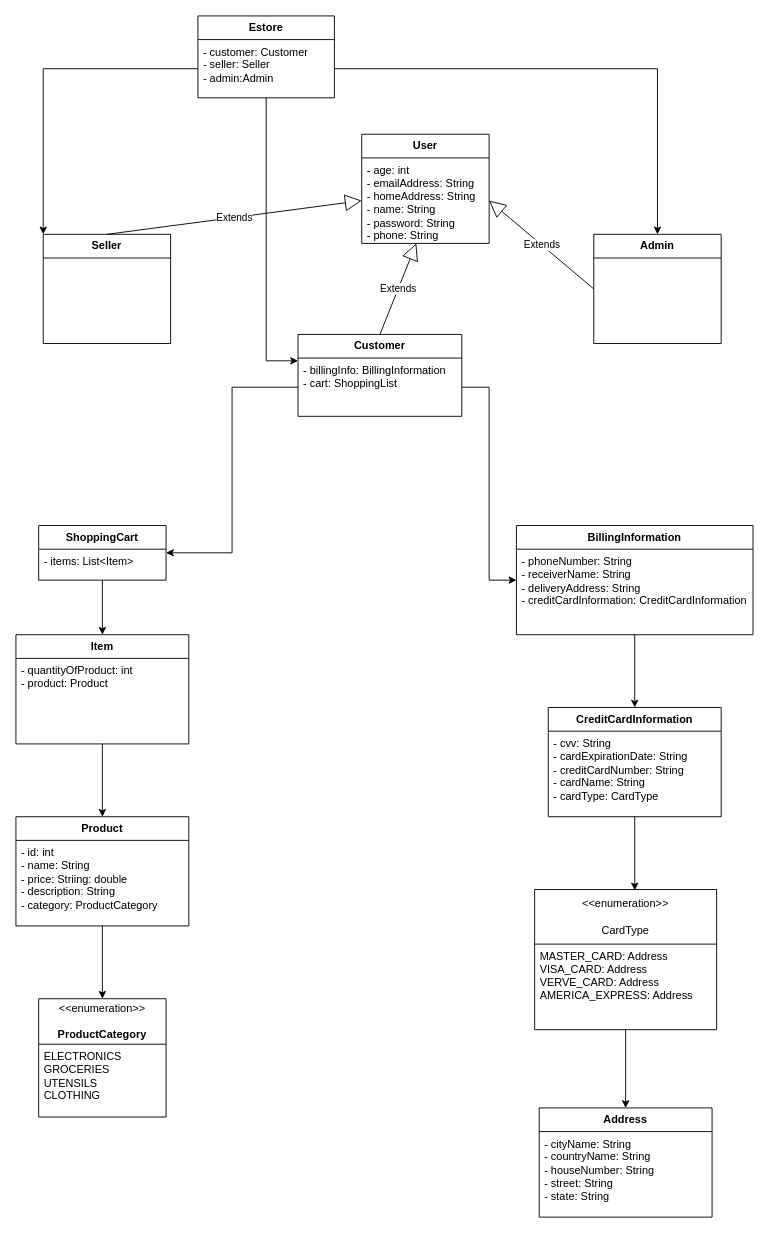
Above: Chibuzo's Snacks/oopEstore/UML Diagram/Estore UML.drawio in Orisakwe-Nwokocha/SemicolonJava (draw.io), before the change. Source tidied: cells renumbered, new cells numbered last; positions are measured from the earlier drawing's top-left corner, leaving out a move shared by most shapes. Both pictures are drawn from the tidied source at 91%, with x=0, y=0 at pixel (15, 15).
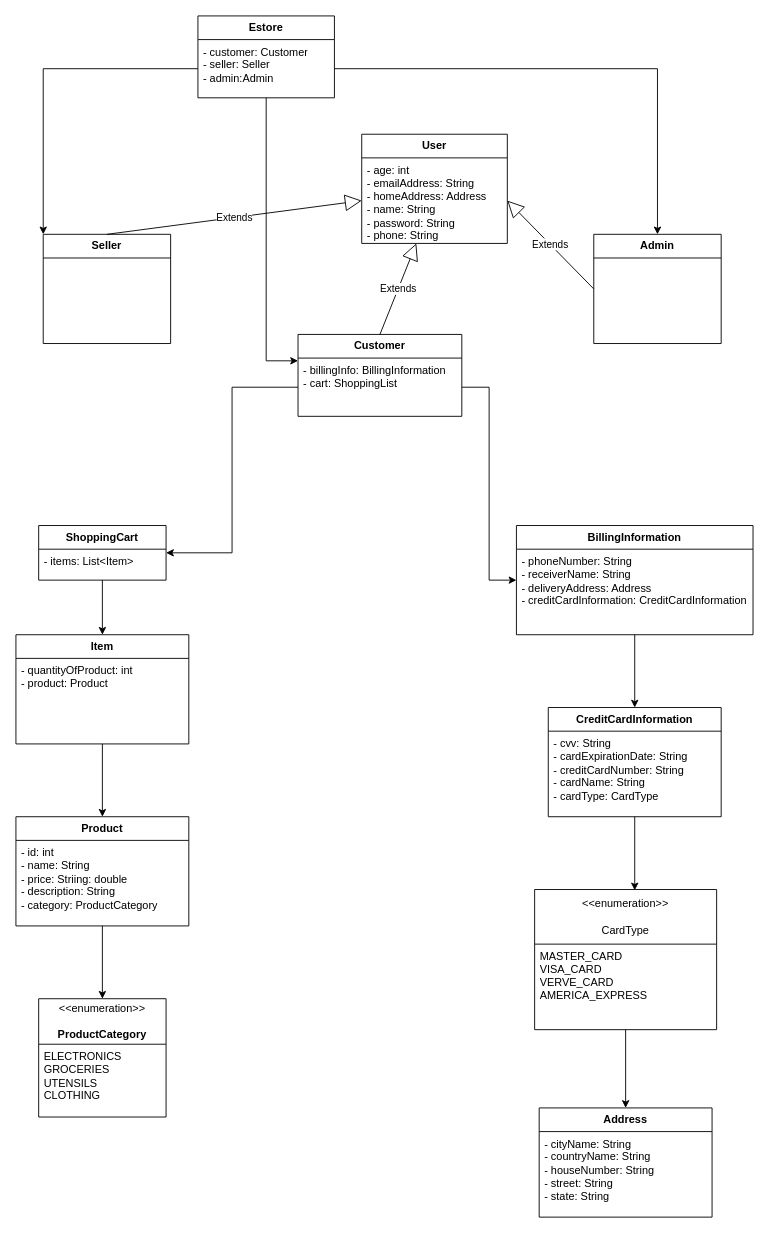
Above is the later version.

Unchanged cells that the change refers to:
```xml
<mxCell id="19" value="&lt;b&gt;BillingInformation&lt;/b&gt;" style="swimlane;fontStyle=0;horizontal=1;startSize=26;fillColor=none;whiteSpace=wrap;html=1;" parent="1" vertex="1">
  <mxGeometry x="550" y="560" width="260" height="120" as="geometry" />
</mxCell>
<mxCell id="24" value="&amp;lt;&amp;lt;enumeration&amp;gt;&amp;gt;&lt;br&gt;&lt;br&gt;CardType" style="swimlane;fontStyle=0;horizontal=1;startSize=60;fillColor=none;whiteSpace=wrap;html=1;" parent="1" vertex="1">
  <mxGeometry x="570" y="960" width="200" height="154" as="geometry" />
</mxCell>
```

The edit, as a diff of the source:
```diff
@@
     <mxCell id="4" value="&lt;b&gt;User&lt;/b&gt;" style="swimlane;fontStyle=0;horizontal=1;startSize=26;fillColor=none;whiteSpace=wrap;html=1;" parent="1" vertex="1">
-      <mxGeometry x="380" y="130" width="140" height="120" as="geometry" />
+      <mxGeometry x="380" y="130" width="160" height="120" as="geometry" />
     </mxCell>
-    <mxCell id="5" value="- age: int&lt;br&gt;- emailAddress: String&lt;br&gt;- homeAddress: String&lt;br&gt;- name: String&lt;br&gt;- password: String&lt;br&gt;- phone: String&lt;div&gt;&lt;br&gt;&lt;/div&gt;" style="text;strokeColor=none;fillColor=none;align=left;verticalAlign=top;spacingLeft=4;spacingRight=4;overflow=hidden;points=[[0,0.5],[1,0.5]];portConstraint=eastwest;whiteSpace=wrap;html=1;" parent="4" vertex="1">
-      <mxGeometry y="26" width="140" height="94" as="geometry" />
+    <mxCell id="5" value="- age: int&lt;br&gt;- emailAddress: String&lt;br&gt;- homeAddress: Address&lt;br&gt;- name: String&lt;br&gt;- password: String&lt;br&gt;- phone: String&lt;div&gt;&lt;br&gt;&lt;/div&gt;" style="text;strokeColor=none;fillColor=none;align=left;verticalAlign=top;spacingLeft=4;spacingRight=4;overflow=hidden;points=[[0,0.5],[1,0.5]];portConstraint=eastwest;whiteSpace=wrap;html=1;" parent="4" vertex="1">
+      <mxGeometry y="26" width="160" height="94" as="geometry" />
     </mxCell>
@@
-    <mxCell id="20" value="- phoneNumber: String&lt;br&gt;- receiverName: String&lt;br&gt;- deliveryAddress: String&lt;br&gt;- creditCardInformation: CreditCardInformation" style="text;strokeColor=none;fillColor=none;align=left;verticalAlign=top;spacingLeft=4;spacingRight=4;overflow=hidden;whiteSpace=wrap;html=1;" parent="19" vertex="1">
+    <mxCell id="20" value="- phoneNumber: String&lt;br&gt;- receiverName: String&lt;br&gt;- deliveryAddress: Address&lt;br&gt;- creditCardInformation: CreditCardInformation" style="text;strokeColor=none;fillColor=none;align=left;verticalAlign=top;spacingLeft=4;spacingRight=4;overflow=hidden;whiteSpace=wrap;html=1;" parent="19" vertex="1">
       <mxGeometry y="26" width="260" height="94" as="geometry" />
     </mxCell>
@@
-    <mxCell id="25" value="MASTER_CARD: Address&lt;br&gt;VISA_CARD: Address&lt;br&gt;VERVE_CARD: Address&lt;br&gt;AMERICA_EXPRESS: Address" style="text;strokeColor=none;fillColor=none;align=left;verticalAlign=top;spacingLeft=4;spacingRight=4;overflow=hidden;whiteSpace=wrap;html=1;" parent="24" vertex="1">
+    <mxCell id="25" value="MASTER_CARD&lt;br&gt;VISA_CARD&lt;br&gt;VERVE_CARD&lt;br&gt;AMERICA_EXPRESS" style="text;strokeColor=none;fillColor=none;align=left;verticalAlign=top;spacingLeft=4;spacingRight=4;overflow=hidden;whiteSpace=wrap;html=1;" parent="24" vertex="1">
       <mxGeometry y="60" width="200" height="94" as="geometry" />
     </mxCell>
```
